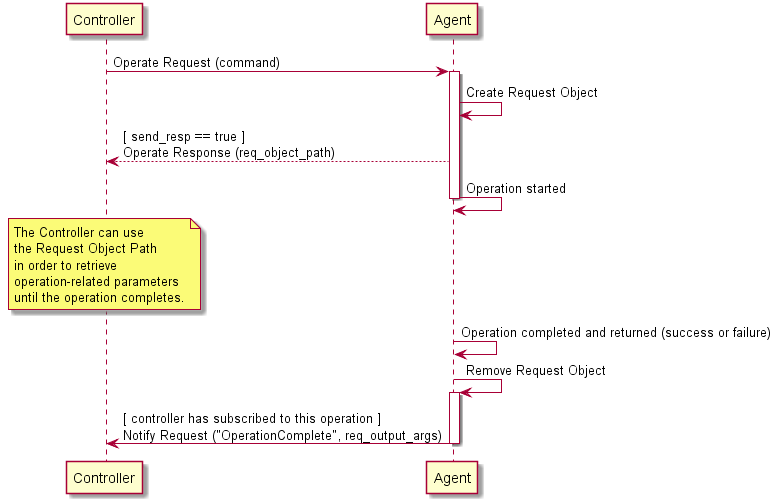
The PlantUML diagram specification/messages/asynchronous_operation.png in BroadbandForum/usp, before a commit. The source it was exported from:
```plantuml
@startuml

participant Controller as C
participant Agent as A

C -> A : Operate Request (command)
activate A

A -> A : Create Request Object

A --> C : [ send_resp == true ]\nOperate Response (req_object_path)

A -> A : Operation started
deactivate A

note over C : The Controller can use\nthe Request Object Path\nin order to retrieve\noperation-related parameters\nuntil the operation completes.

A -> A : Operation completed and returned (success or failure)
A -> A : Remove Request Object
activate A

A -> C : [ controller has subscribed to this operation ]\nNotify Request ("OperationComplete", req_output_args)
deactivate A

@enduml
```
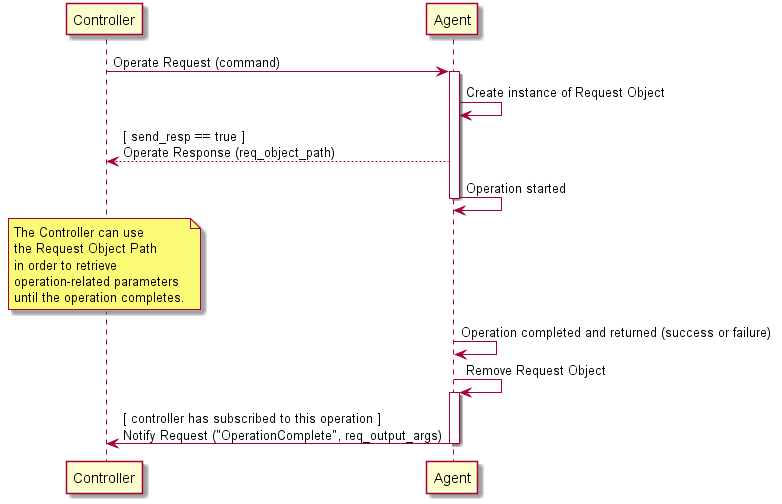
The same diagram one commit later.

Change to the diagram source:
```diff
@@ -6,7 +6,7 @@
 C -> A : Operate Request (command)
 activate A
 
-A -> A : Create Request Object
+A -> A : Create instance of Request Object
 
 A --> C : [ send_resp == true ]\nOperate Response (req_object_path)
 
```
